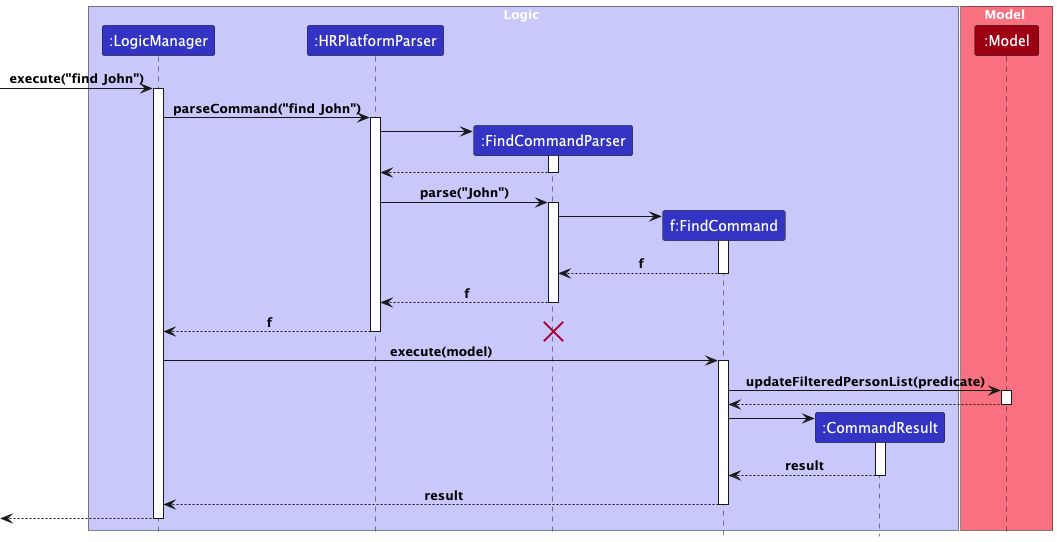
Before: docs/images/FindCommandSequenceDiagram.png, a diagram exported from PlantUML (nus-cs2103-AY2425S1/tp).
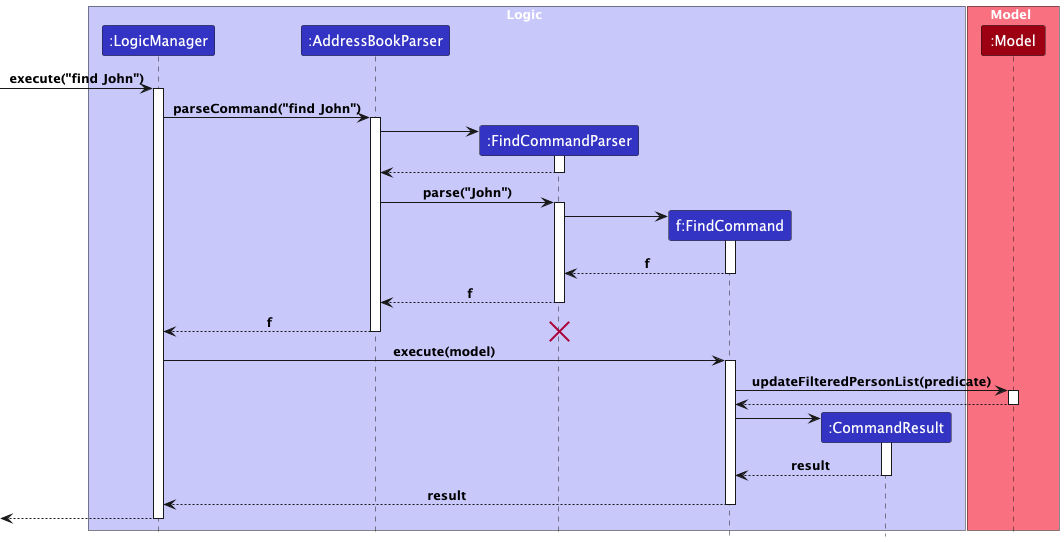
Later version of the same file.

The edit, as a diff of the source:
```diff
@@ -4,7 +4,7 @@
 
 box Logic LOGIC_COLOR_T1
 participant ":LogicManager" as LM LOGIC_COLOR
-participant ":HRPlatformParser" as ABP LOGIC_COLOR
+participant ":AddressBookParser" as ABP LOGIC_COLOR
 participant ":FindCommandParser" as MCP LOGIC_COLOR
 participant "f:FindCommand" as MFC LOGIC_COLOR
 participant ":CommandResult" as CR LOGIC_COLOR
```
